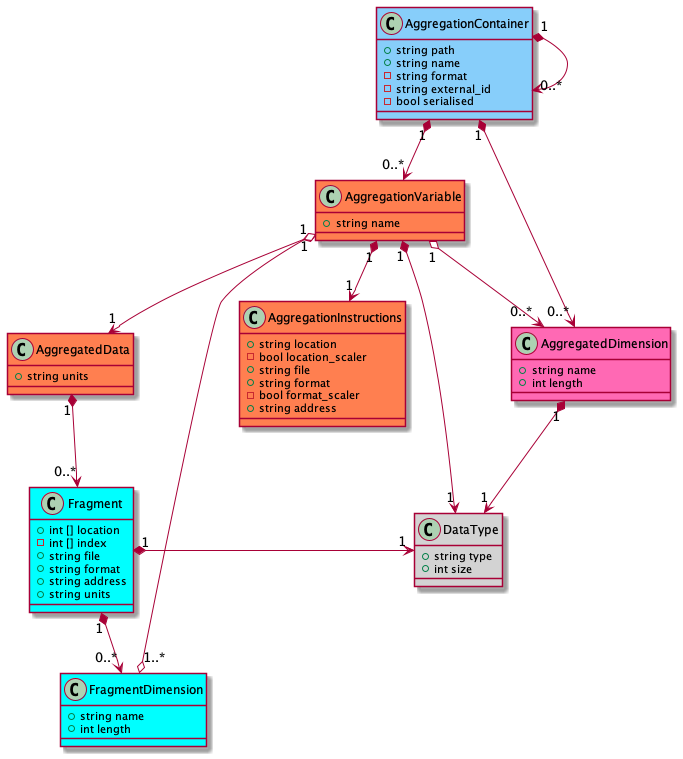
The PlantUML diagram doc/uml/cfa_class_diagram.png in cedadev/CFA-C, before a commit.
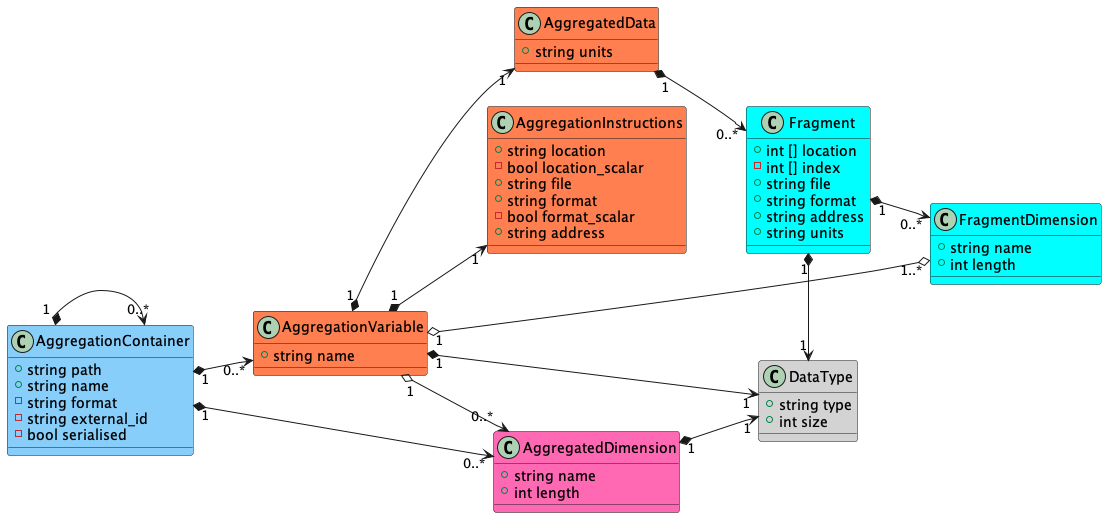
After the change.

Commit message:
Left to right in UML

Change to the diagram source:
```diff
@@ -1,5 +1,5 @@
 @startuml cfa_class_diagram
-
+left to right direction
 class DataType #lightgrey {
     +string type
     +int size
@@ -21,10 +21,10 @@
 
 class AggregationInstructions #coral {
     +string location
-    -bool location_scaler
+    -bool location_scalar
     +string file
     +string format
-    -bool format_scaler
+    -bool format_scalar
     +string address
 }
 
```
